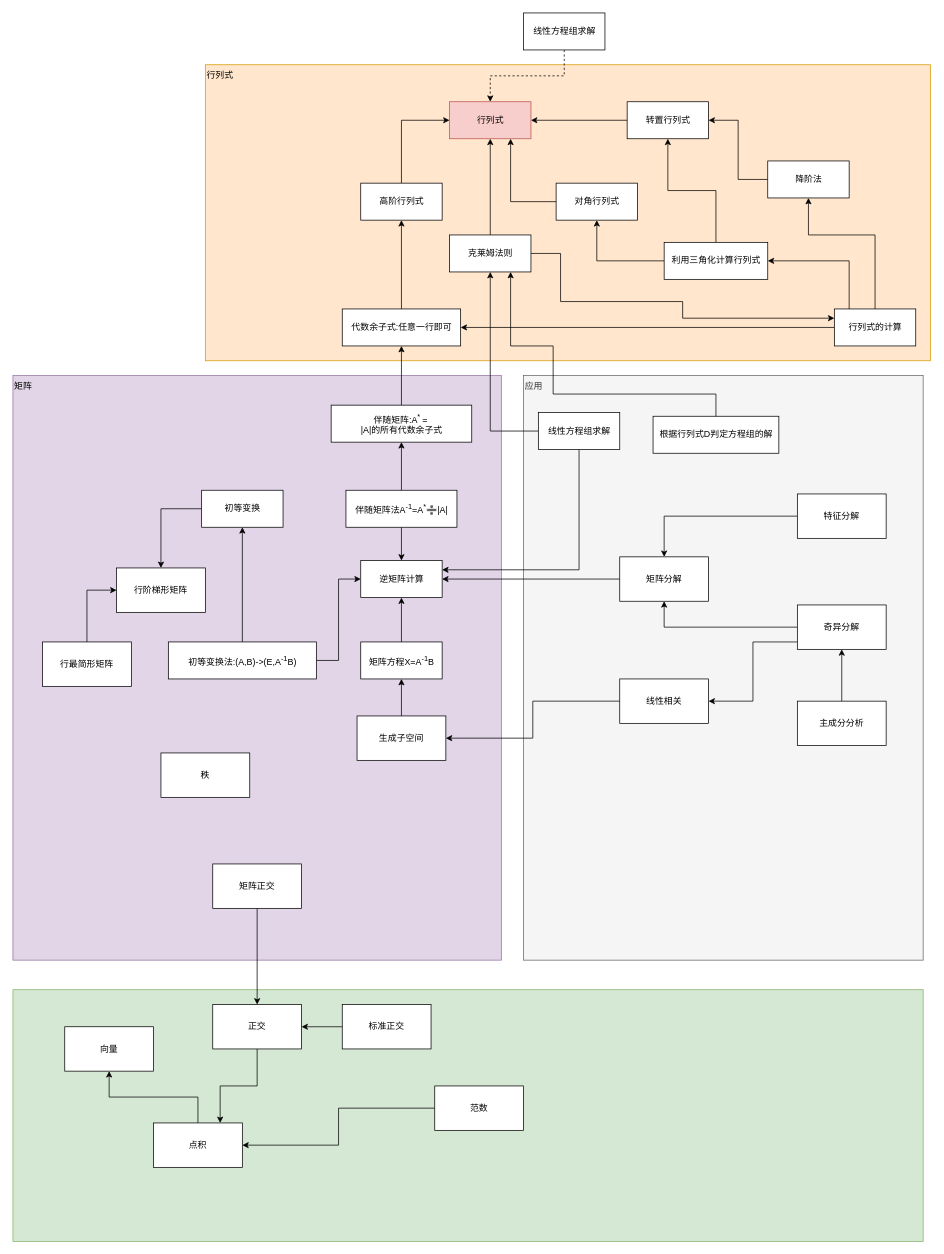
Above: liner_algebra.drawio in brendonlin/myflowchart (draw.io), before the change. Source tidied: cells renumbered, new cells numbered last; positions are measured from the earlier drawing's top-left corner, leaving out a move shared by most shapes. Both pictures are drawn from the tidied source at 74%, with x=0, y=0 at pixel (13, 13).
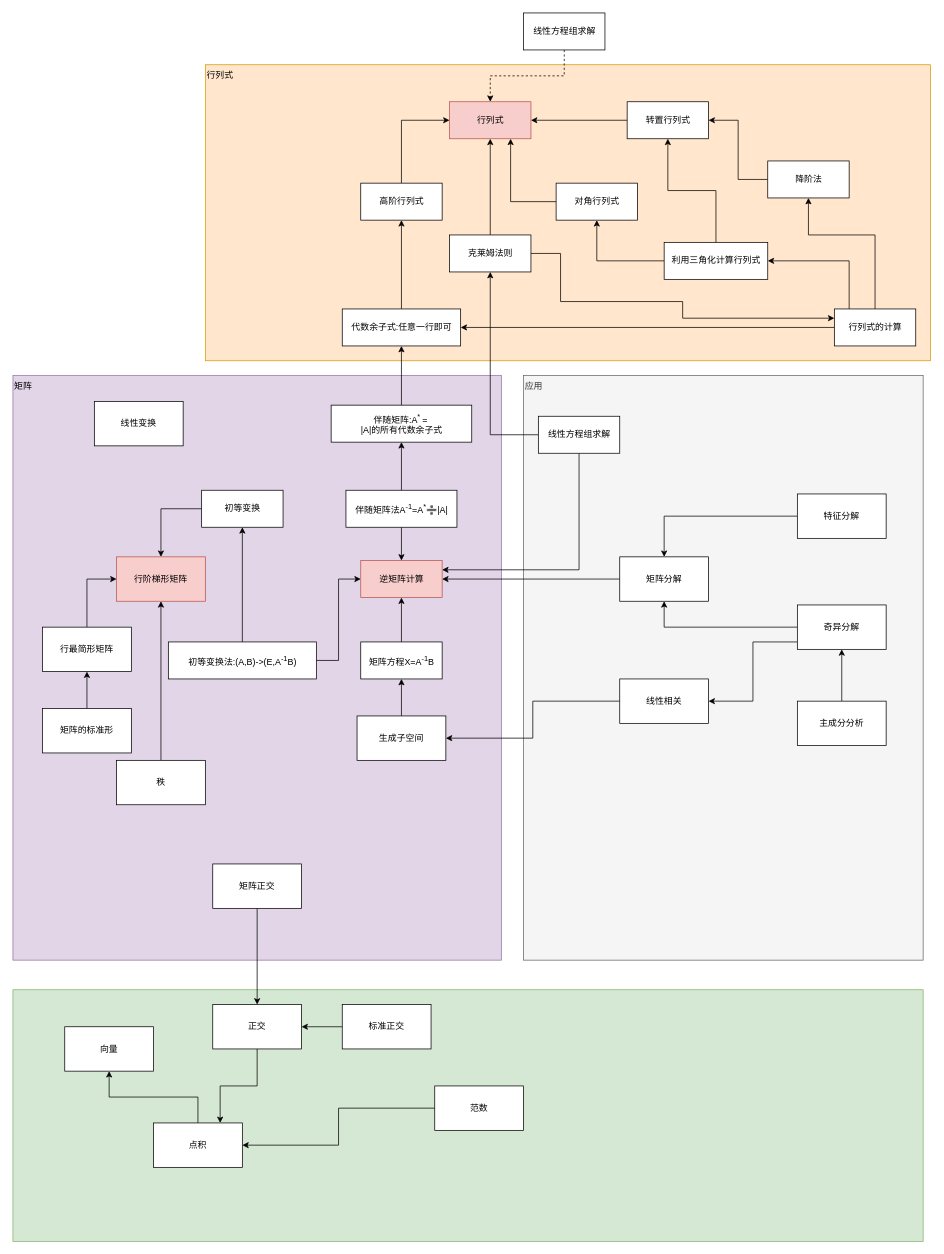
After the change.

Unchanged cells that the change refers to:
```xml
<mxCell id="24" value="克莱姆法则" style="html=1;" parent="1" vertex="1">
  <mxGeometry x="590" y="300" width="110" height="50" as="geometry" />
</mxCell>
```

The edit, as a diff of the source:
```diff
@@
-    <mxCell id="25" style="edgeStyle=orthogonalEdgeStyle;rounded=0;jettySize=auto;html=1;entryX=0.75;entryY=1;entryDx=0;entryDy=0;exitX=0;exitY=0.5;exitDx=0;exitDy=0;" parent="1" edge="1" source="26" target="24">
-      <mxGeometry relative="1" as="geometry">
-        <Array as="points">
-          <mxPoint x="950" y="570" />
-          <mxPoint x="950" y="515" />
-          <mxPoint x="730" y="515" />
-          <mxPoint x="730" y="450" />
-          <mxPoint x="673" y="450" />
-        </Array>
-      </mxGeometry>
-    </mxCell>
-    <mxCell id="26" value="根据行列式D判定方程组的解" style="html=1;" parent="1" vertex="1">
-      <mxGeometry x="865" y="545" width="170" height="50" as="geometry" />
-    </mxCell>
@@
-    <mxCell id="30" value="逆矩阵计算" style="html=1;" parent="1" vertex="1">
+    <mxCell id="30" value="逆矩阵计算" style="html=1;fillColor=#f8cecc;strokeColor=#b85450;" parent="1" vertex="1">
       <mxGeometry x="470" y="740" width="110" height="50" as="geometry" />
     </mxCell>
@@
     <mxCell id="39" value="线性方程组求解" style="html=1;" parent="1" vertex="1">
-      <mxGeometry x="710" y="540" width="110" height="50" as="geometry" />
+      <mxGeometry x="710" y="545" width="110" height="50" as="geometry" />
     </mxCell>
@@
+    <mxCell id="75" style="edgeStyle=orthogonalEdgeStyle;rounded=0;jettySize=auto;html=1;" parent="1" edge="1" source="47" target="52">
+      <mxGeometry relative="1" as="geometry" />
+    </mxCell>
     <mxCell id="47" value="秩" style="rounded=0;whiteSpace=wrap;html=1;" parent="1" vertex="1">
-      <mxGeometry x="200" y="1000" width="120" height="60" as="geometry" />
+      <mxGeometry x="140" y="1010" width="120" height="60" as="geometry" />
     </mxCell>
@@
-    <mxCell id="52" value="行阶梯形矩阵" style="rounded=0;whiteSpace=wrap;html=1;" parent="1" vertex="1">
-      <mxGeometry x="140" y="750" width="120" height="60" as="geometry" />
+    <mxCell id="52" value="行阶梯形矩阵" style="rounded=0;whiteSpace=wrap;html=1;fillColor=#f8cecc;strokeColor=#b85450;" parent="1" vertex="1">
+      <mxGeometry x="140" y="735" width="120" height="60" as="geometry" />
     </mxCell>
@@
     <mxCell id="54" value="行最简形矩阵" style="rounded=0;whiteSpace=wrap;html=1;" parent="1" vertex="1">
-      <mxGeometry x="40" y="850" width="120" height="60" as="geometry" />
+      <mxGeometry x="40" y="830" width="120" height="60" as="geometry" />
     </mxCell>
@@
+    <mxCell id="76" value="线性变换" style="rounded=0;whiteSpace=wrap;html=1;align=center;" parent="1" vertex="1">
+      <mxGeometry x="110" y="525" width="120" height="60" as="geometry" />
+    </mxCell>
+    <mxCell id="77" style="edgeStyle=orthogonalEdgeStyle;rounded=0;jettySize=auto;html=1;entryX=0.5;entryY=1;entryDx=0;entryDy=0;" parent="1" edge="1" source="78" target="54">
+      <mxGeometry relative="1" as="geometry" />
+    </mxCell>
+    <mxCell id="78" value="&lt;span&gt;矩阵的&lt;/span&gt;&lt;span&gt;标准形&lt;/span&gt;" style="rounded=0;whiteSpace=wrap;html=1;align=center;" parent="1" vertex="1">
+      <mxGeometry x="40" y="940" width="120" height="60" as="geometry" />
+    </mxCell>
```
